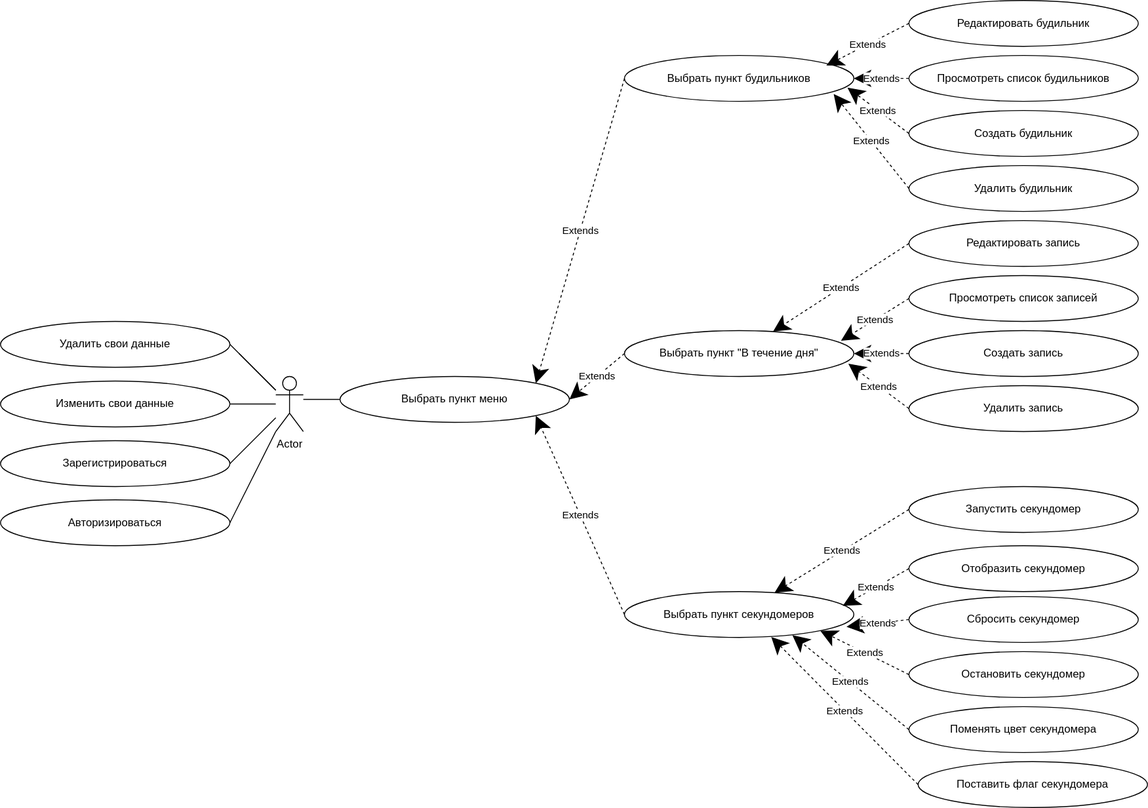
Before: Изображения/Лаба-Сценарии использования.svg, a diagram exported from draw.io (izen57/Web). Source tidied: cells renumbered, new cells last; positions are measured from the earlier drawing's top-left corner, leaving out a move shared by most shapes. Its diagram source:
```xml
<mxGraphModel>
  <root>
    <mxCell id="0" />
    <mxCell id="1" parent="0" />
    <mxCell id="2" value="Создать будильник" style="ellipse;whiteSpace=wrap;html=1;" parent="1" vertex="1">
      <mxGeometry x="990" y="120" width="250" height="50" as="geometry" />
    </mxCell>
    <mxCell id="3" value="Создать запись" style="ellipse;whiteSpace=wrap;html=1;" parent="1" vertex="1">
      <mxGeometry x="990" y="360" width="250" height="50" as="geometry" />
    </mxCell>
    <mxCell id="4" value="Запустить секундомер" style="ellipse;whiteSpace=wrap;html=1;" parent="1" vertex="1">
      <mxGeometry x="990" y="530" width="250" height="50" as="geometry" />
    </mxCell>
    <mxCell id="5" value="Выбрать пункт меню" style="ellipse;whiteSpace=wrap;html=1;" parent="1" vertex="1">
      <mxGeometry x="370" y="410" width="250" height="50" as="geometry" />
    </mxCell>
    <mxCell id="6" style="endArrow=none;html=1;rounded=0;entryX=0;entryY=0.5;entryDx=0;entryDy=0;" parent="1" edge="1">
      <mxGeometry relative="1" as="geometry">
        <mxPoint x="330" y="435" as="sourcePoint" />
        <mxPoint x="370" y="435" as="targetPoint" />
      </mxGeometry>
    </mxCell>
    <mxCell id="7" value="Удалить будильник" style="ellipse;whiteSpace=wrap;html=1;" parent="1" vertex="1">
      <mxGeometry x="990" y="180" width="250" height="50" as="geometry" />
    </mxCell>
    <mxCell id="8" value="Удалить запись" style="ellipse;whiteSpace=wrap;html=1;" parent="1" vertex="1">
      <mxGeometry x="990" y="420" width="250" height="50" as="geometry" />
    </mxCell>
    <mxCell id="9" value="Сбросить секундомер" style="ellipse;whiteSpace=wrap;html=1;" parent="1" vertex="1">
      <mxGeometry x="990" y="650" width="250" height="50" as="geometry" />
    </mxCell>
    <mxCell id="10" value="Выбрать пункт будильников" style="ellipse;whiteSpace=wrap;html=1;" parent="1" vertex="1">
      <mxGeometry x="680" y="60" width="250" height="50" as="geometry" />
    </mxCell>
    <mxCell id="11" value="Выбрать пункт &quot;В течение дня&quot;" style="ellipse;whiteSpace=wrap;html=1;" parent="1" vertex="1">
      <mxGeometry x="680" y="360" width="250" height="50" as="geometry" />
    </mxCell>
    <mxCell id="12" value="Выбрать пункт секундомеров" style="ellipse;whiteSpace=wrap;html=1;" parent="1" vertex="1">
      <mxGeometry x="680" y="644.5" width="250" height="50" as="geometry" />
    </mxCell>
    <mxCell id="13" value="Просмотреть список будильников" style="ellipse;whiteSpace=wrap;html=1;" parent="1" vertex="1">
      <mxGeometry x="990" y="60" width="250" height="50" as="geometry" />
    </mxCell>
    <mxCell id="14" value="Просмотреть список записей" style="ellipse;whiteSpace=wrap;html=1;" parent="1" vertex="1">
      <mxGeometry x="990" y="300" width="250" height="50" as="geometry" />
    </mxCell>
    <mxCell id="15" value="Редактировать будильник" style="ellipse;whiteSpace=wrap;html=1;" parent="1" vertex="1">
      <mxGeometry x="990" width="250" height="50" as="geometry" />
    </mxCell>
    <mxCell id="16" value="Extends" style="endArrow=classic;endSize=16;endFill=1;html=1;rounded=0;entryX=1;entryY=0.5;entryDx=0;entryDy=0;exitX=0;exitY=0.5;exitDx=0;exitDy=0;dashed=1;" parent="1" edge="1" source="11" target="5">
      <mxGeometry relative="1" as="geometry" />
    </mxCell>
    <mxCell id="17" value="Extends" style="endArrow=classic;endSize=16;endFill=1;html=1;rounded=0;entryX=1;entryY=1;entryDx=0;entryDy=0;exitX=0;exitY=0.5;exitDx=0;exitDy=0;dashed=1;" parent="1" edge="1" source="12" target="5">
      <mxGeometry relative="1" as="geometry" />
    </mxCell>
    <mxCell id="18" value="Extends" style="endArrow=classic;endSize=16;endFill=1;html=1;rounded=0;entryX=1;entryY=0;entryDx=0;entryDy=0;exitX=0;exitY=0.5;exitDx=0;exitDy=0;dashed=1;" parent="1" edge="1" source="10" target="5">
      <mxGeometry relative="1" as="geometry" />
    </mxCell>
    <mxCell id="19" value="Extends" style="endArrow=classic;endSize=16;endFill=1;html=1;rounded=0;entryX=0.88;entryY=0.22;entryDx=0;entryDy=0;exitX=0;exitY=0.5;exitDx=0;exitDy=0;dashed=1;entryPerimeter=0;" parent="1" edge="1" source="15" target="10">
      <mxGeometry relative="1" as="geometry" />
    </mxCell>
    <mxCell id="20" value="Extends" style="endArrow=classic;endSize=16;endFill=1;html=1;rounded=0;entryX=1;entryY=0.5;entryDx=0;entryDy=0;exitX=0;exitY=0.5;exitDx=0;exitDy=0;dashed=1;" parent="1" edge="1" source="13" target="10">
      <mxGeometry relative="1" as="geometry" />
    </mxCell>
    <mxCell id="21" value="Extends" style="endArrow=classic;endSize=16;endFill=1;html=1;rounded=0;entryX=0.972;entryY=0.7;entryDx=0;entryDy=0;exitX=0;exitY=0.5;exitDx=0;exitDy=0;dashed=1;entryPerimeter=0;" parent="1" edge="1" source="2" target="10">
      <mxGeometry relative="1" as="geometry" />
    </mxCell>
    <mxCell id="22" value="Extends" style="endArrow=classic;endSize=16;endFill=1;html=1;rounded=0;entryX=0.912;entryY=0.84;entryDx=0;entryDy=0;exitX=0;exitY=0.5;exitDx=0;exitDy=0;dashed=1;entryPerimeter=0;" parent="1" edge="1" source="7" target="10">
      <mxGeometry relative="1" as="geometry" />
    </mxCell>
    <mxCell id="23" value="Extends" style="endArrow=classic;endSize=16;endFill=1;html=1;rounded=0;entryX=0.944;entryY=0.22;entryDx=0;entryDy=0;exitX=0;exitY=0.5;exitDx=0;exitDy=0;dashed=1;entryPerimeter=0;" parent="1" edge="1" source="14" target="11">
      <mxGeometry relative="1" as="geometry" />
    </mxCell>
    <mxCell id="24" value="Extends" style="endArrow=classic;endSize=16;endFill=1;html=1;rounded=0;entryX=1;entryY=0.5;entryDx=0;entryDy=0;exitX=0;exitY=0.5;exitDx=0;exitDy=0;dashed=1;" parent="1" edge="1" source="3" target="11">
      <mxGeometry relative="1" as="geometry" />
    </mxCell>
    <mxCell id="25" value="Extends" style="endArrow=classic;endSize=16;endFill=1;html=1;rounded=0;entryX=0.976;entryY=0.72;entryDx=0;entryDy=0;exitX=0;exitY=0.5;exitDx=0;exitDy=0;dashed=1;entryPerimeter=0;" parent="1" edge="1" source="8" target="11">
      <mxGeometry relative="1" as="geometry" />
    </mxCell>
    <mxCell id="26" value="Extends" style="endArrow=classic;endSize=16;endFill=1;html=1;rounded=0;exitX=0;exitY=0.5;exitDx=0;exitDy=0;dashed=1;" parent="1" edge="1" source="4" target="12">
      <mxGeometry relative="1" as="geometry" />
    </mxCell>
    <mxCell id="27" value="Extends" style="endArrow=classic;endSize=16;endFill=1;html=1;rounded=0;entryX=0.968;entryY=0.77;entryDx=0;entryDy=0;exitX=0;exitY=0.5;exitDx=0;exitDy=0;dashed=1;entryPerimeter=0;" parent="1" edge="1" source="9" target="12">
      <mxGeometry relative="1" as="geometry" />
    </mxCell>
    <mxCell id="28" value="Редактировать запись" style="ellipse;whiteSpace=wrap;html=1;" parent="1" vertex="1">
      <mxGeometry x="990" y="240" width="250" height="50" as="geometry" />
    </mxCell>
    <mxCell id="29" value="Extends" style="endArrow=classic;endSize=16;endFill=1;html=1;rounded=0;exitX=0;exitY=0.5;exitDx=0;exitDy=0;dashed=1;" parent="1" edge="1" source="28" target="11">
      <mxGeometry relative="1" as="geometry" />
    </mxCell>
    <mxCell id="30" value="Остановить секундомер" style="ellipse;whiteSpace=wrap;html=1;" parent="1" vertex="1">
      <mxGeometry x="990" y="710" width="250" height="50" as="geometry" />
    </mxCell>
    <mxCell id="31" value="Extends" style="endArrow=classic;endSize=16;endFill=1;html=1;rounded=0;exitX=0;exitY=0.5;exitDx=0;exitDy=0;dashed=1;entryX=1;entryY=1;entryDx=0;entryDy=0;" parent="1" edge="1" source="30" target="12">
      <mxGeometry relative="1" as="geometry" />
    </mxCell>
    <mxCell id="32" value="Отобразить секундомер" style="ellipse;whiteSpace=wrap;html=1;" parent="1" vertex="1">
      <mxGeometry x="990" y="594.5" width="250" height="50" as="geometry" />
    </mxCell>
    <mxCell id="33" value="Extends" style="endArrow=classic;endSize=16;endFill=1;html=1;rounded=0;entryX=0.952;entryY=0.31;entryDx=0;entryDy=0;exitX=0;exitY=0.5;exitDx=0;exitDy=0;dashed=1;entryPerimeter=0;" parent="1" edge="1" source="32" target="12">
      <mxGeometry relative="1" as="geometry" />
    </mxCell>
    <mxCell id="34" value="Поменять цвет секундомера" style="ellipse;whiteSpace=wrap;html=1;" parent="1" vertex="1">
      <mxGeometry x="990" y="770" width="250" height="50" as="geometry" />
    </mxCell>
    <mxCell id="35" value="Extends" style="endArrow=classic;endSize=16;endFill=1;html=1;rounded=0;exitX=0;exitY=0.5;exitDx=0;exitDy=0;dashed=1;entryX=0.732;entryY=0.95;entryDx=0;entryDy=0;entryPerimeter=0;" parent="1" edge="1" source="34" target="12">
      <mxGeometry relative="1" as="geometry" />
    </mxCell>
    <mxCell id="36" value="Поставить флаг секундомера" style="ellipse;whiteSpace=wrap;html=1;" parent="1" vertex="1">
      <mxGeometry x="1000" y="830" width="250" height="50" as="geometry" />
    </mxCell>
    <mxCell id="37" value="Extends" style="endArrow=classic;endSize=16;endFill=1;html=1;rounded=0;exitX=0;exitY=0.5;exitDx=0;exitDy=0;dashed=1;entryX=0.64;entryY=0.99;entryDx=0;entryDy=0;entryPerimeter=0;" parent="1" edge="1" source="36" target="12">
      <mxGeometry relative="1" as="geometry" />
    </mxCell>
    <mxCell id="38" value="Actor" style="shape=umlActor;verticalLabelPosition=bottom;verticalAlign=top;html=1;outlineConnect=0;" parent="1" vertex="1">
      <mxGeometry x="300" y="410" width="30" height="60" as="geometry" />
    </mxCell>
    <mxCell id="39" value="Изменить свои данные" style="ellipse;whiteSpace=wrap;html=1;" parent="1" vertex="1">
      <mxGeometry y="415" width="250" height="50" as="geometry" />
    </mxCell>
    <mxCell id="40" style="endArrow=none;html=1;rounded=0;entryX=1;entryY=0.5;entryDx=0;entryDy=0;" parent="1" edge="1" source="38" target="39">
      <mxGeometry relative="1" as="geometry" />
    </mxCell>
    <mxCell id="41" value="Удалить свои данные" style="ellipse;whiteSpace=wrap;html=1;" parent="1" vertex="1">
      <mxGeometry y="350" width="250" height="50" as="geometry" />
    </mxCell>
    <mxCell id="42" style="endArrow=none;html=1;rounded=0;entryX=1;entryY=0.5;entryDx=0;entryDy=0;" parent="1" edge="1" source="38" target="41">
      <mxGeometry relative="1" as="geometry" />
    </mxCell>
    <mxCell id="43" value="Зарегистрироваться" style="ellipse;whiteSpace=wrap;html=1;" parent="1" vertex="1">
      <mxGeometry y="480" width="250" height="50" as="geometry" />
    </mxCell>
    <mxCell id="44" value="Авторизироваться" style="ellipse;whiteSpace=wrap;html=1;" parent="1" vertex="1">
      <mxGeometry y="544.5" width="250" height="50" as="geometry" />
    </mxCell>
    <mxCell id="45" style="endArrow=none;html=1;rounded=0;entryX=1;entryY=0.5;entryDx=0;entryDy=0;" parent="1" edge="1" source="38">
      <mxGeometry relative="1" as="geometry">
        <mxPoint x="260" y="385" as="targetPoint" />
      </mxGeometry>
    </mxCell>
    <mxCell id="46" style="endArrow=none;html=1;rounded=0;entryX=1;entryY=0.5;entryDx=0;entryDy=0;" parent="1" edge="1" source="38" target="43">
      <mxGeometry relative="1" as="geometry" />
    </mxCell>
    <mxCell id="47" style="endArrow=none;html=1;rounded=0;entryX=1;entryY=0.5;entryDx=0;entryDy=0;" parent="1" edge="1" source="38" target="44">
      <mxGeometry relative="1" as="geometry" />
    </mxCell>
  </root>
</mxGraphModel>
```
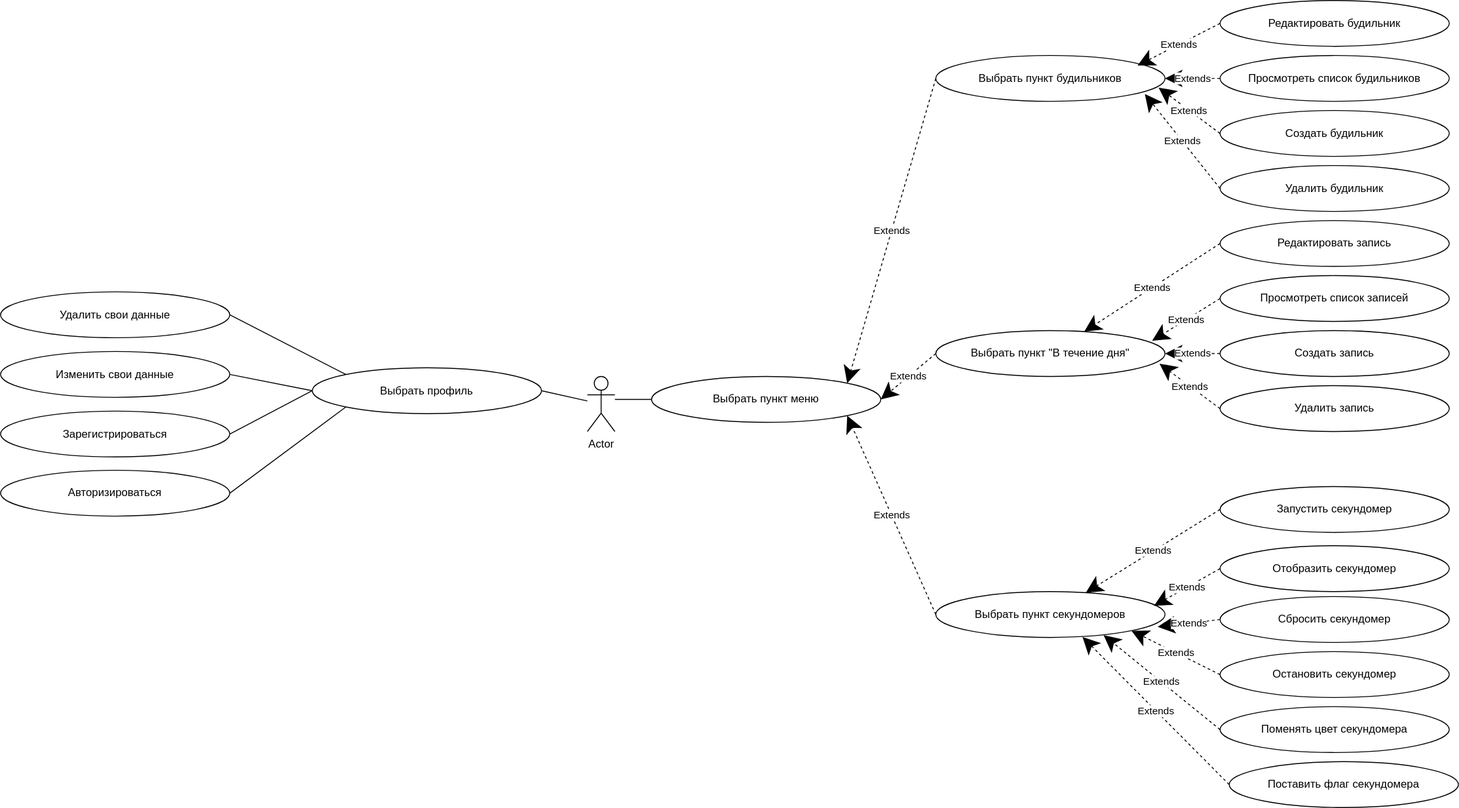
Above is the later version.

Change to the diagram source:
```diff
@@ -117,33 +117,34 @@
       <mxGeometry x="300" y="410" width="30" height="60" as="geometry" />
     </mxCell>
     <mxCell id="39" value="Изменить свои данные" style="ellipse;whiteSpace=wrap;html=1;" parent="1" vertex="1">
-      <mxGeometry y="415" width="250" height="50" as="geometry" />
+      <mxGeometry x="-340" y="382.8" width="250" height="50" as="geometry" />
     </mxCell>
-    <mxCell id="40" style="endArrow=none;html=1;rounded=0;entryX=1;entryY=0.5;entryDx=0;entryDy=0;" parent="1" edge="1" source="38" target="39">
+    <mxCell id="40" style="endArrow=none;html=1;rounded=0;entryX=1;entryY=0.5;entryDx=0;entryDy=0;exitX=0;exitY=0.5;exitDx=0;exitDy=0;" parent="1" edge="1" source="48" target="39">
       <mxGeometry relative="1" as="geometry" />
     </mxCell>
     <mxCell id="41" value="Удалить свои данные" style="ellipse;whiteSpace=wrap;html=1;" parent="1" vertex="1">
-      <mxGeometry y="350" width="250" height="50" as="geometry" />
+      <mxGeometry x="-340" y="317.8" width="250" height="50" as="geometry" />
     </mxCell>
-    <mxCell id="42" style="endArrow=none;html=1;rounded=0;entryX=1;entryY=0.5;entryDx=0;entryDy=0;" parent="1" edge="1" source="38" target="41">
+    <mxCell id="42" style="endArrow=none;html=1;rounded=0;entryX=1;entryY=0.5;entryDx=0;entryDy=0;exitX=0;exitY=0;exitDx=0;exitDy=0;" parent="1" edge="1" source="48" target="41">
       <mxGeometry relative="1" as="geometry" />
     </mxCell>
     <mxCell id="43" value="Зарегистрироваться" style="ellipse;whiteSpace=wrap;html=1;" parent="1" vertex="1">
-      <mxGeometry y="480" width="250" height="50" as="geometry" />
+      <mxGeometry x="-340" y="447.8" width="250" height="50" as="geometry" />
     </mxCell>
     <mxCell id="44" value="Авторизироваться" style="ellipse;whiteSpace=wrap;html=1;" parent="1" vertex="1">
-      <mxGeometry y="544.5" width="250" height="50" as="geometry" />
+      <mxGeometry x="-340" y="512.2" width="250" height="50" as="geometry" />
     </mxCell>
-    <mxCell id="45" style="endArrow=none;html=1;rounded=0;entryX=1;entryY=0.5;entryDx=0;entryDy=0;" parent="1" edge="1" source="38">
-      <mxGeometry relative="1" as="geometry">
-        <mxPoint x="260" y="385" as="targetPoint" />
-      </mxGeometry>
+    <mxCell id="45" style="endArrow=none;html=1;rounded=0;entryX=1;entryY=0.5;entryDx=0;entryDy=0;" parent="1" edge="1" source="38" target="48">
+      <mxGeometry relative="1" as="geometry" />
     </mxCell>
-    <mxCell id="46" style="endArrow=none;html=1;rounded=0;entryX=1;entryY=0.5;entryDx=0;entryDy=0;" parent="1" edge="1" source="38" target="43">
+    <mxCell id="46" style="endArrow=none;html=1;rounded=0;entryX=1;entryY=0.5;entryDx=0;entryDy=0;exitX=0;exitY=0.5;exitDx=0;exitDy=0;" parent="1" edge="1" source="48" target="43">
       <mxGeometry relative="1" as="geometry" />
     </mxCell>
-    <mxCell id="47" style="endArrow=none;html=1;rounded=0;entryX=1;entryY=0.5;entryDx=0;entryDy=0;" parent="1" edge="1" source="38" target="44">
+    <mxCell id="47" style="endArrow=none;html=1;rounded=0;entryX=1;entryY=0.5;entryDx=0;entryDy=0;exitX=0;exitY=1;exitDx=0;exitDy=0;" parent="1" edge="1" source="48" target="44">
       <mxGeometry relative="1" as="geometry" />
     </mxCell>
+    <mxCell id="48" value="&lt;div&gt;Выбрать профиль&lt;/div&gt;" style="ellipse;whiteSpace=wrap;html=1;" parent="1" vertex="1">
+      <mxGeometry y="400.5" width="250" height="50" as="geometry" />
+    </mxCell>
   </root>
 </mxGraphModel>
```
